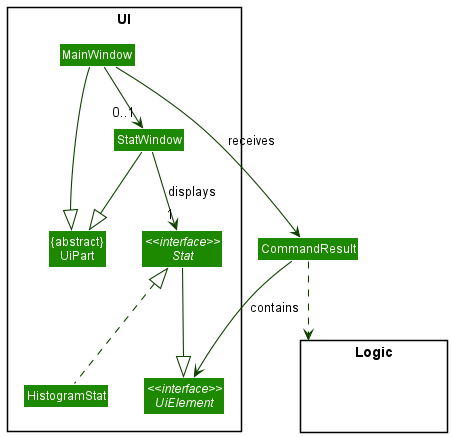
This is docs/images/StatUiClassDiagram.png from waynetee/tp, a PlantUML export, as it was before one commit.
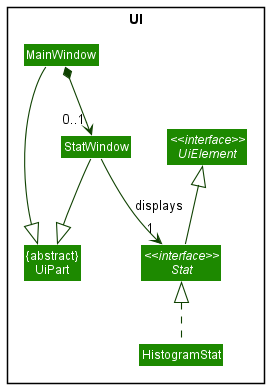
After the commit.

Change to the diagram source:
```diff
@@ -4,7 +4,7 @@
 skinparam arrowColor UI_COLOR_T4
 skinparam classBackgroundColor UI_COLOR
 
-package UI <<Rectangle>>{
+package UI <<Rectangle>> {
 Class "{abstract}\nUiPart" as UiPart
 Class MainWindow
 Class StatWindow
@@ -13,21 +13,13 @@
 HistogramStat .up.|> Stat
 }
 
-package Logic <<Rectangle>> {
-Class HiddenModel #FFFFFF
-}
-
-CommandResult ..> Logic
-CommandResult --> UiElement : contains
-
-MainWindow --> "0..1" StatWindow
-MainWindow --> CommandResult : receives
+MainWindow *-down-> "0..1" StatWindow
 MainWindow --|> UiPart
 
 StatWindow -down-|> UiPart
 StatWindow --> "1" Stat : displays
 
-Stat --|> UiElement
+Stat -up-|> UiElement
 
 MainWindow -[hidden]-|> UiPart
 @enduml
```
